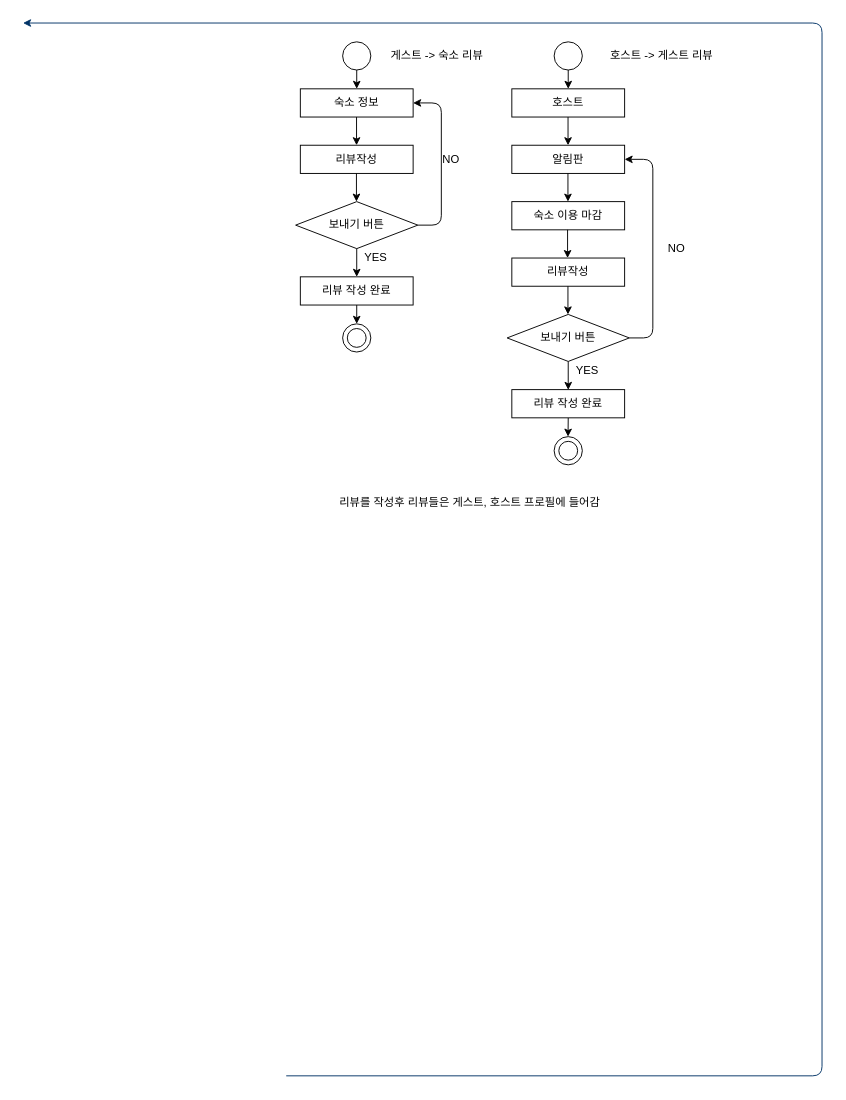
The draw.io diagram 네비게이션 흐름도/리뷰(후기작성).drawio in snowskyblue/-, before the edit. Source tidied: cells renumbered, new cells numbered last; positions are measured from the earlier drawing's top-left corner, leaving out a move shared by most shapes. Both pictures are drawn from the tidied source at 94%, with x=0, y=0 at pixel (23, 23).
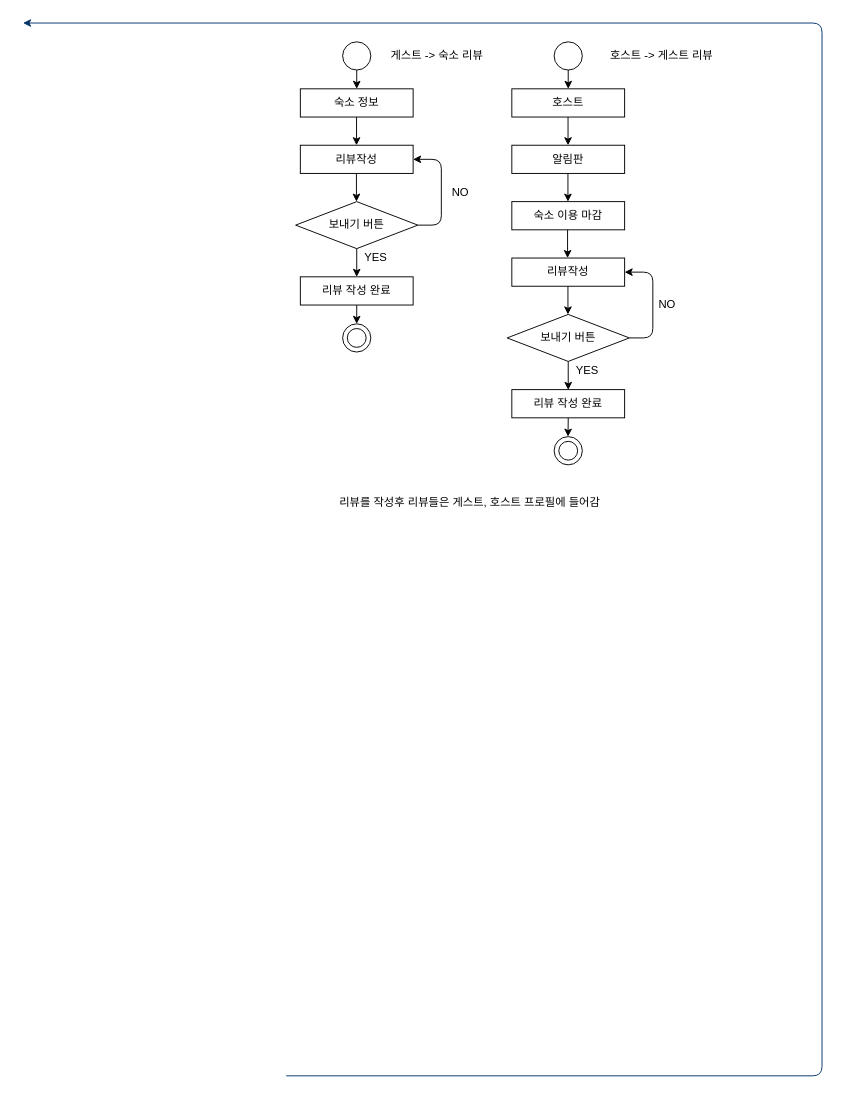
The same diagram, later.

The change refers to these unchanged cells:
```xml
<mxCell id="5" value="알림판" style="rounded=0;whiteSpace=wrap;html=1;" parent="1" vertex="1">
  <mxGeometry x="520" y="130" width="120" height="30" as="geometry" />
</mxCell>
<mxCell id="18" value="리뷰작성" style="rounded=0;whiteSpace=wrap;html=1;" parent="1" vertex="1">
  <mxGeometry x="295" y="130" width="120" height="30" as="geometry" />
</mxCell>
<mxCell id="19" value="보내기 버튼" style="rhombus;whiteSpace=wrap;html=1;" parent="1" vertex="1">
  <mxGeometry x="290" y="190" width="130" height="50" as="geometry" />
</mxCell>
<mxCell id="23" value="숙소 정보" style="rounded=0;whiteSpace=wrap;html=1;" parent="1" vertex="1">
  <mxGeometry x="295" y="70" width="120" height="30" as="geometry" />
</mxCell>
<mxCell id="31" value="리뷰작성" style="rounded=0;whiteSpace=wrap;html=1;" parent="1" vertex="1">
  <mxGeometry x="520" y="250" width="120" height="30" as="geometry" />
</mxCell>
<mxCell id="32" value="보내기 버튼" style="rhombus;whiteSpace=wrap;html=1;" parent="1" vertex="1">
  <mxGeometry x="515" y="310" width="130" height="50" as="geometry" />
</mxCell>
```

Diff of the diagram source:
```diff
@@
-    <mxCell id="14" style="edgeStyle=elbowEdgeStyle;elbow=horizontal;endArrow=classic;html=1;entryX=1;entryY=0.5;entryDx=0;entryDy=0;exitX=1;exitY=0.5;exitDx=0;exitDy=0;" parent="1" edge="1" source="32" target="5">
+    <mxCell id="14" style="edgeStyle=elbowEdgeStyle;elbow=horizontal;endArrow=classic;html=1;entryX=1;entryY=0.5;entryDx=0;entryDy=0;exitX=1;exitY=0.5;exitDx=0;exitDy=0;" parent="1" edge="1" source="32" target="31">
       <mxGeometry relative="1" as="geometry">
         <Array as="points">
           <mxPoint x="670" y="199.8" />
           <mxPoint x="690" y="199.8" />
           <mxPoint x="755" y="199.8" />
           <mxPoint x="765" y="179.8" />
         </Array>
       </mxGeometry>
     </mxCell>
     <mxCell id="15" value="NO" style="text;html=1;align=center;verticalAlign=middle;fillColor=none;strokeColor=none;rounded=0;" parent="1" vertex="1">
-      <mxGeometry x="680" y="230" width="30" height="20" as="geometry" />
+      <mxGeometry x="670" y="290" width="30" height="20" as="geometry" />
     </mxCell>
@@
-    <mxCell id="27" style="edgeStyle=elbowEdgeStyle;elbow=horizontal;endArrow=classic;html=1;entryX=1;entryY=0.5;entryDx=0;entryDy=0;exitX=1;exitY=0.5;exitDx=0;exitDy=0;" parent="1" edge="1" source="19" target="23">
+    <mxCell id="27" style="edgeStyle=elbowEdgeStyle;elbow=horizontal;endArrow=classic;html=1;entryX=1;entryY=0.5;entryDx=0;entryDy=0;exitX=1;exitY=0.5;exitDx=0;exitDy=0;" parent="1" edge="1" source="19" target="18">
       <mxGeometry relative="1" as="geometry">
         <Array as="points">
           <mxPoint x="445" y="199.8" />
           <mxPoint x="465" y="199.8" />
           <mxPoint x="530" y="199.8" />
           <mxPoint x="540" y="179.8" />
         </Array>
       </mxGeometry>
     </mxCell>
     <mxCell id="28" value="NO" style="text;html=1;align=center;verticalAlign=middle;fillColor=none;strokeColor=none;rounded=0;" parent="1" vertex="1">
-      <mxGeometry x="440" y="135" width="30" height="20" as="geometry" />
+      <mxGeometry x="450" y="170" width="30" height="20" as="geometry" />
     </mxCell>
```
